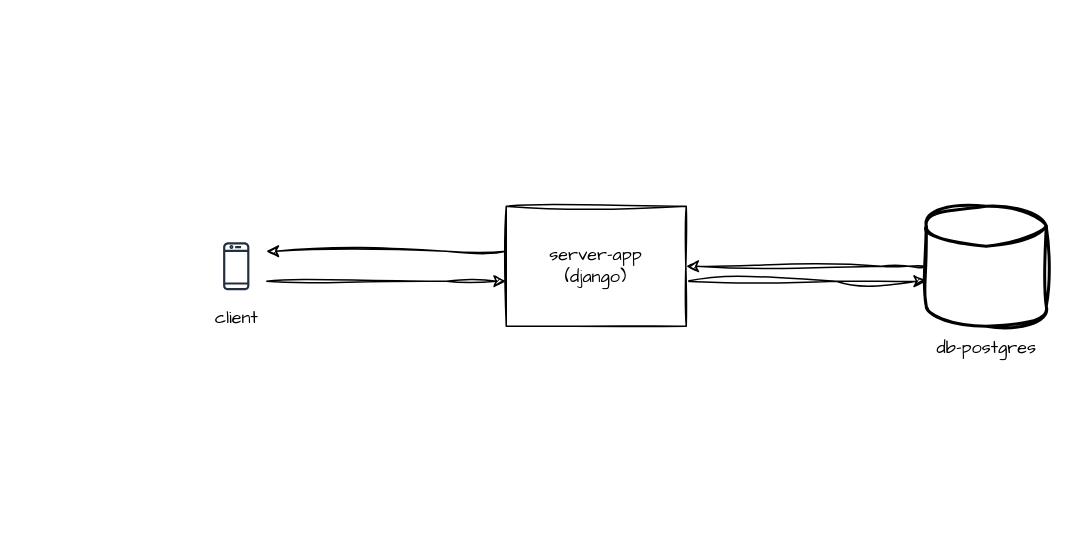
Above: page "architecture" (1 of 3) of docs/diagrams.drawio in ay-sbu/mdm-project (draw.io), before the change. Source tidied: cells renumbered, new cells numbered last; positions are measured from the earlier drawing's top-left corner, leaving out a move shared by most shapes. Both pictures are drawn from the tidied source at 150%, with x=0, y=0 at pixel (198, 206). Pictures stored in the file or linked from it are replaced by grey dashed boxes.
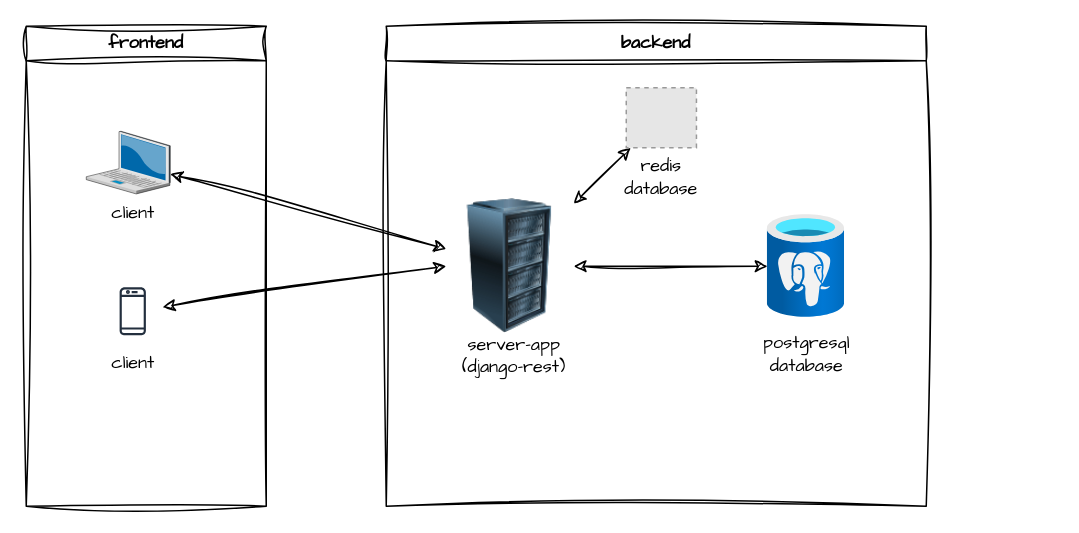
Above is the later version.

Unchanged cells that the change refers to:
```xml
<mxCell id="11" style="sketch=0;outlineConnect=0;fontColor=#232F3E;gradientColor=none;strokeColor=#232F3E;fillColor=#ffffff;dashed=0;verticalLabelPosition=bottom;verticalAlign=top;align=center;html=1;fontSize=12;fontStyle=0;shape=mxgraph.aws4.resourceIcon;resIcon=mxgraph.aws4.mobile_client;hachureGap=4;jiggle=2;curveFitting=1;fontFamily=Architects Daughter;" parent="10" vertex="1">
  <mxGeometry x="5" width="40" height="40" as="geometry" />
</mxCell>
```

What changed in the source:
```diff
@@
-    <mxCell id="2" style="edgeStyle=orthogonalEdgeStyle;rounded=0;sketch=1;hachureGap=4;jiggle=2;curveFitting=1;jettySize=auto;html=1;fontFamily=Architects Daughter;" parent="1" edge="1" source="4" target="8">
-      <mxGeometry relative="1" as="geometry">
-        <Array as="points">
-          <mxPoint x="425" y="50" />
-          <mxPoint x="425" y="50" />
-        </Array>
-      </mxGeometry>
-    </mxCell>
-    <mxCell id="3" style="edgeStyle=orthogonalEdgeStyle;rounded=0;sketch=1;hachureGap=4;jiggle=2;curveFitting=1;jettySize=auto;html=1;fontFamily=Architects Daughter;" parent="1" edge="1" source="4" target="11">
-      <mxGeometry relative="1" as="geometry">
-        <Array as="points">
-          <mxPoint x="165" y="30" />
-          <mxPoint x="165" y="30" />
-        </Array>
-      </mxGeometry>
-    </mxCell>
-    <mxCell id="4" value="server-app&lt;div&gt;(django)&lt;/div&gt;" style="whiteSpace=wrap;html=1;sketch=1;hachureGap=4;jiggle=2;curveFitting=1;fontFamily=Architects Daughter;" parent="1" vertex="1">
-      <mxGeometry x="205" width="120" height="80" as="geometry" />
-    </mxCell>
-    <mxCell id="5" style="edgeStyle=orthogonalEdgeStyle;rounded=0;sketch=1;hachureGap=4;jiggle=2;curveFitting=1;jettySize=auto;html=1;fontFamily=Architects Daughter;" parent="1" edge="1" source="11" target="4">
-      <mxGeometry relative="1" as="geometry">
-        <Array as="points">
-          <mxPoint x="165" y="50" />
-          <mxPoint x="165" y="50" />
-        </Array>
-      </mxGeometry>
-    </mxCell>
-    <mxCell id="6" style="edgeStyle=orthogonalEdgeStyle;rounded=0;sketch=1;hachureGap=4;jiggle=2;curveFitting=1;jettySize=auto;html=1;entryX=1;entryY=0.5;entryDx=0;entryDy=0;fontFamily=Architects Daughter;" parent="1" edge="1" source="8" target="4">
-      <mxGeometry relative="1" as="geometry">
-        <Array as="points">
-          <mxPoint x="455" y="40" />
-          <mxPoint x="455" y="40" />
-        </Array>
-      </mxGeometry>
-    </mxCell>
-    <mxCell id="7" style="group;" parent="1" vertex="1">
-      <mxGeometry x="480" width="90" height="110" as="geometry" />
-    </mxCell>
-    <mxCell id="8" style="strokeWidth=2;html=1;shape=mxgraph.flowchart.database;whiteSpace=wrap;sketch=1;hachureGap=4;jiggle=2;curveFitting=1;fontFamily=Architects Daughter;" parent="7" vertex="1">
-      <mxGeometry x="5" width="80" height="80" as="geometry" />
-    </mxCell>
-    <mxCell id="9" value="db-postgres" style="text;html=1;align=center;verticalAlign=middle;strokeColor=none;fillColor=none;fontFamily=Architects Daughter;" parent="7" vertex="1">
-      <mxGeometry y="80" width="90" height="30" as="geometry" />
-    </mxCell>
+    <mxCell id="13" style="endArrow=classic;startArrow=classic;html=1;rounded=0;sketch=1;hachureGap=4;jiggle=2;curveFitting=1;fontFamily=Architects Daughter;" parent="1" edge="1" source="17" target="24">
+      <mxGeometry relative="1" as="geometry" />
+    </mxCell>
+    <mxCell id="14" style="endArrow=classic;startArrow=classic;html=1;rounded=0;sketch=1;hachureGap=4;jiggle=2;curveFitting=1;fontFamily=Architects Daughter;entryX=0;entryY=0.5;entryDx=0;entryDy=0;" parent="1" edge="1" source="11" target="24">
+      <mxGeometry relative="1" as="geometry" />
+    </mxCell>
+    <mxCell id="15" value="frontend" style="swimlane;whiteSpace=wrap;html=1;sketch=1;hachureGap=4;jiggle=2;curveFitting=1;fontFamily=Architects Daughter;" parent="1" vertex="1">
+      <mxGeometry x="-115" y="-120" width="160" height="320" as="geometry" />
+    </mxCell>
+    <mxCell id="16" style="group;" parent="15" vertex="1">
+      <mxGeometry x="40" y="91.5" width="120" height="148.5" as="geometry" />
+    </mxCell>
-    <mxCell id="10" style="group;" parent="1" vertex="1">
-      <mxGeometry y="20" width="50" height="70" as="geometry" />
+    <mxCell id="10" style="group;" parent="16" vertex="1">
+      <mxGeometry x="6" y="78.5" width="50" height="70" as="geometry" />
     </mxCell>
@@
+    <mxCell id="17" style="verticalLabelPosition=bottom;sketch=0;html=1;verticalAlign=top;strokeColor=none;align=center;outlineConnect=0;shape=mxgraph.citrix.laptop_2;hachureGap=4;jiggle=2;curveFitting=1;fontFamily=Architects Daughter;" parent="16" vertex="1">
+      <mxGeometry y="-21.5" width="56" height="41.8" as="geometry" />
+    </mxCell>
+    <mxCell id="18" value="client" style="text;html=1;align=center;verticalAlign=middle;strokeColor=none;fillColor=none;fontFamily=Architects Daughter;" parent="16" vertex="1">
+      <mxGeometry x="6" y="18.5" width="50" height="30" as="geometry" />
+    </mxCell>
+    <mxCell id="19" value="backend" style="swimlane;whiteSpace=wrap;html=1;sketch=1;hachureGap=4;jiggle=2;curveFitting=1;fontFamily=Architects Daughter;" parent="1" vertex="1">
+      <mxGeometry x="125" y="-120" width="360" height="320" as="geometry" />
+    </mxCell>
+    <mxCell id="20" style="group;" parent="19" vertex="1">
+      <mxGeometry x="240" y="124.7" width="80" height="114.3" as="geometry" />
+    </mxCell>
+    <mxCell id="21" value="postgresql&lt;div&gt;database&lt;/div&gt;" style="text;html=1;align=center;verticalAlign=middle;strokeColor=none;fillColor=none;fontFamily=Architects Daughter;" parent="20" vertex="1">
+      <mxGeometry y="74.3" width="80" height="40" as="geometry" />
+    </mxCell>
+    <mxCell id="22" style="endArrow=classic;startArrow=classic;html=1;rounded=0;sketch=1;hachureGap=4;jiggle=2;curveFitting=1;fontFamily=Architects Daughter;" parent="19" edge="1" source="24" target="30">
+      <mxGeometry relative="1" as="geometry" />
+    </mxCell>
+    <mxCell id="23" style="group;" parent="19" vertex="1">
+      <mxGeometry x="40" y="115" width="90" height="125" as="geometry" />
+    </mxCell>
+    <mxCell id="24" style="image;html=1;image=img/lib/clip_art/computers/Server_Rack_128x128.png;sketch=1;hachureGap=4;jiggle=2;curveFitting=1;fontFamily=Architects Daughter;" parent="23" vertex="1">
+      <mxGeometry width="85" height="90" as="geometry" />
+    </mxCell>
+    <mxCell id="25" value="server-app&lt;div&gt;(django-rest)&lt;/div&gt;" style="text;html=1;align=center;verticalAlign=middle;strokeColor=none;fillColor=none;fontFamily=Architects Daughter;" parent="23" vertex="1">
+      <mxGeometry y="85" width="90" height="40" as="geometry" />
+    </mxCell>
+    <mxCell id="26" style="endArrow=classic;startArrow=classic;html=1;rounded=0;sketch=1;hachureGap=4;jiggle=2;curveFitting=1;fontFamily=Architects Daughter;" parent="19" edge="1" source="24" target="28">
+      <mxGeometry relative="1" as="geometry" />
+    </mxCell>
+    <mxCell id="27" style="group;" parent="19" vertex="1">
+      <mxGeometry x="148.4" y="41" width="70" height="80" as="geometry" />
+    </mxCell>
+    <mxCell id="28" style="fillColor=#E6E6E6;strokeColor=#999999;dashed=1;" parent="27" vertex="1">
+      <mxGeometry x="11.6" width="46.8" height="40" as="geometry" />
+    </mxCell>
+    <mxCell id="29" value="redis&lt;div&gt;database&lt;/div&gt;" style="text;html=1;align=center;verticalAlign=middle;strokeColor=none;fillColor=none;fontFamily=Architects Daughter;" parent="27" vertex="1">
+      <mxGeometry y="40" width="70" height="40" as="geometry" />
+    </mxCell>
+    <mxCell id="30" style="image;html=1;points=[];align=center;fontSize=12;image=img/lib/azure2/databases/Azure_Database_PostgreSQL_Server.svg;sketch=1;hachureGap=4;jiggle=2;curveFitting=1;fontFamily=Architects Daughter;" parent="19" vertex="1">
+      <mxGeometry x="254.2" y="125.7" width="51.5" height="68.7" as="geometry" />
+    </mxCell>
```
